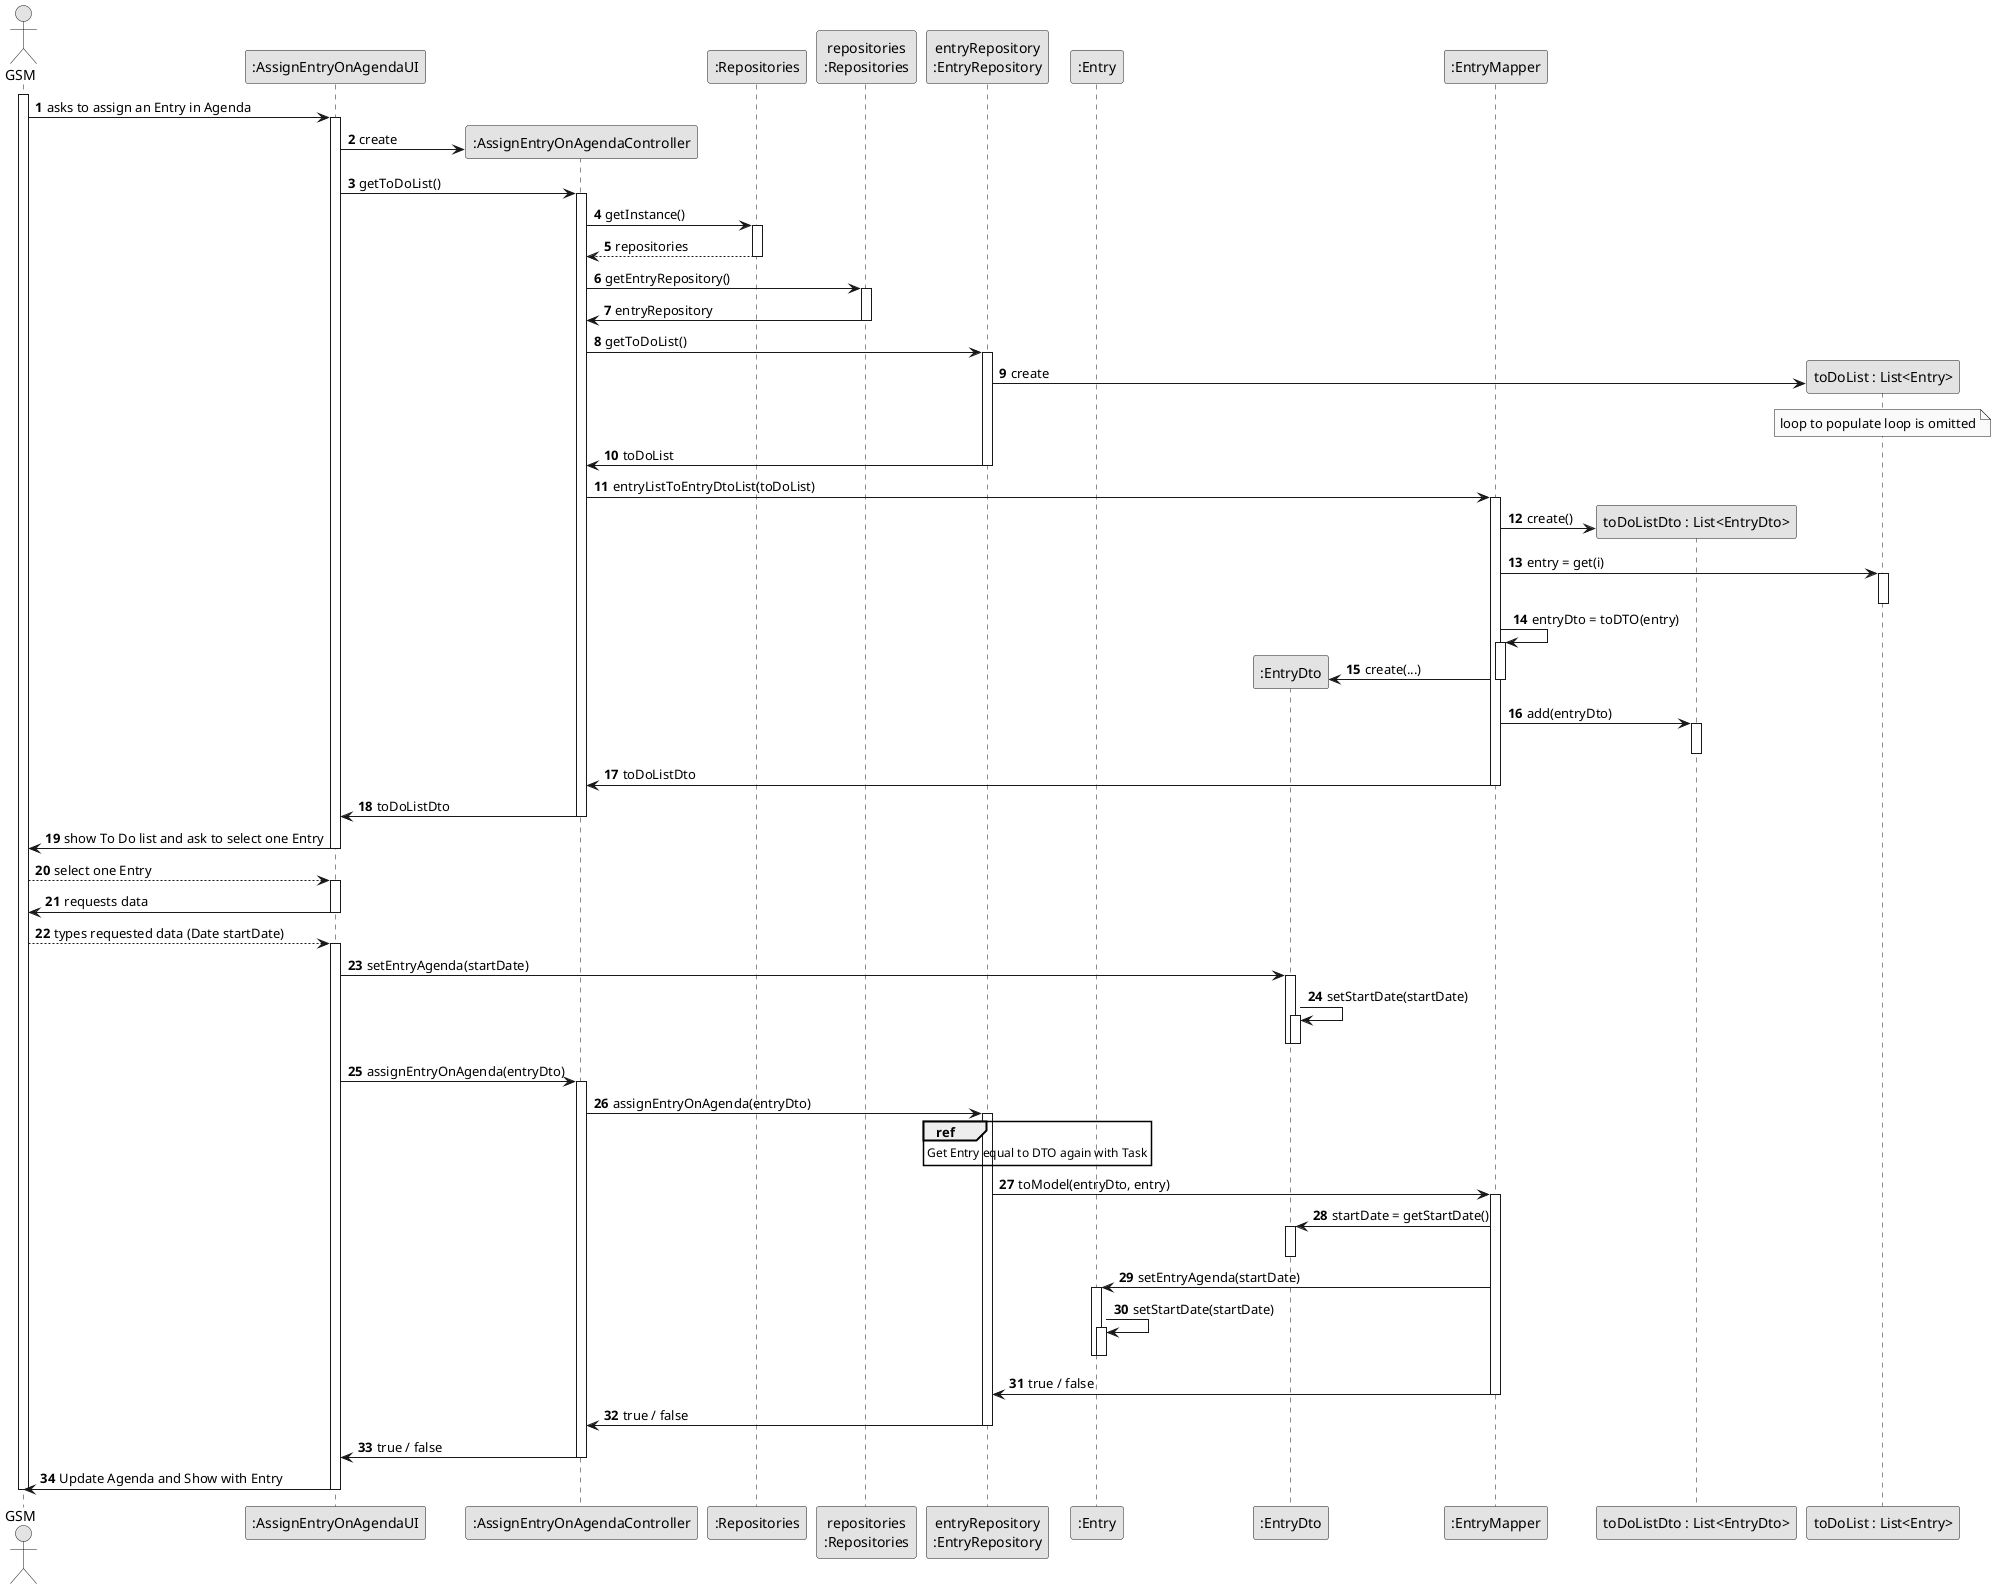
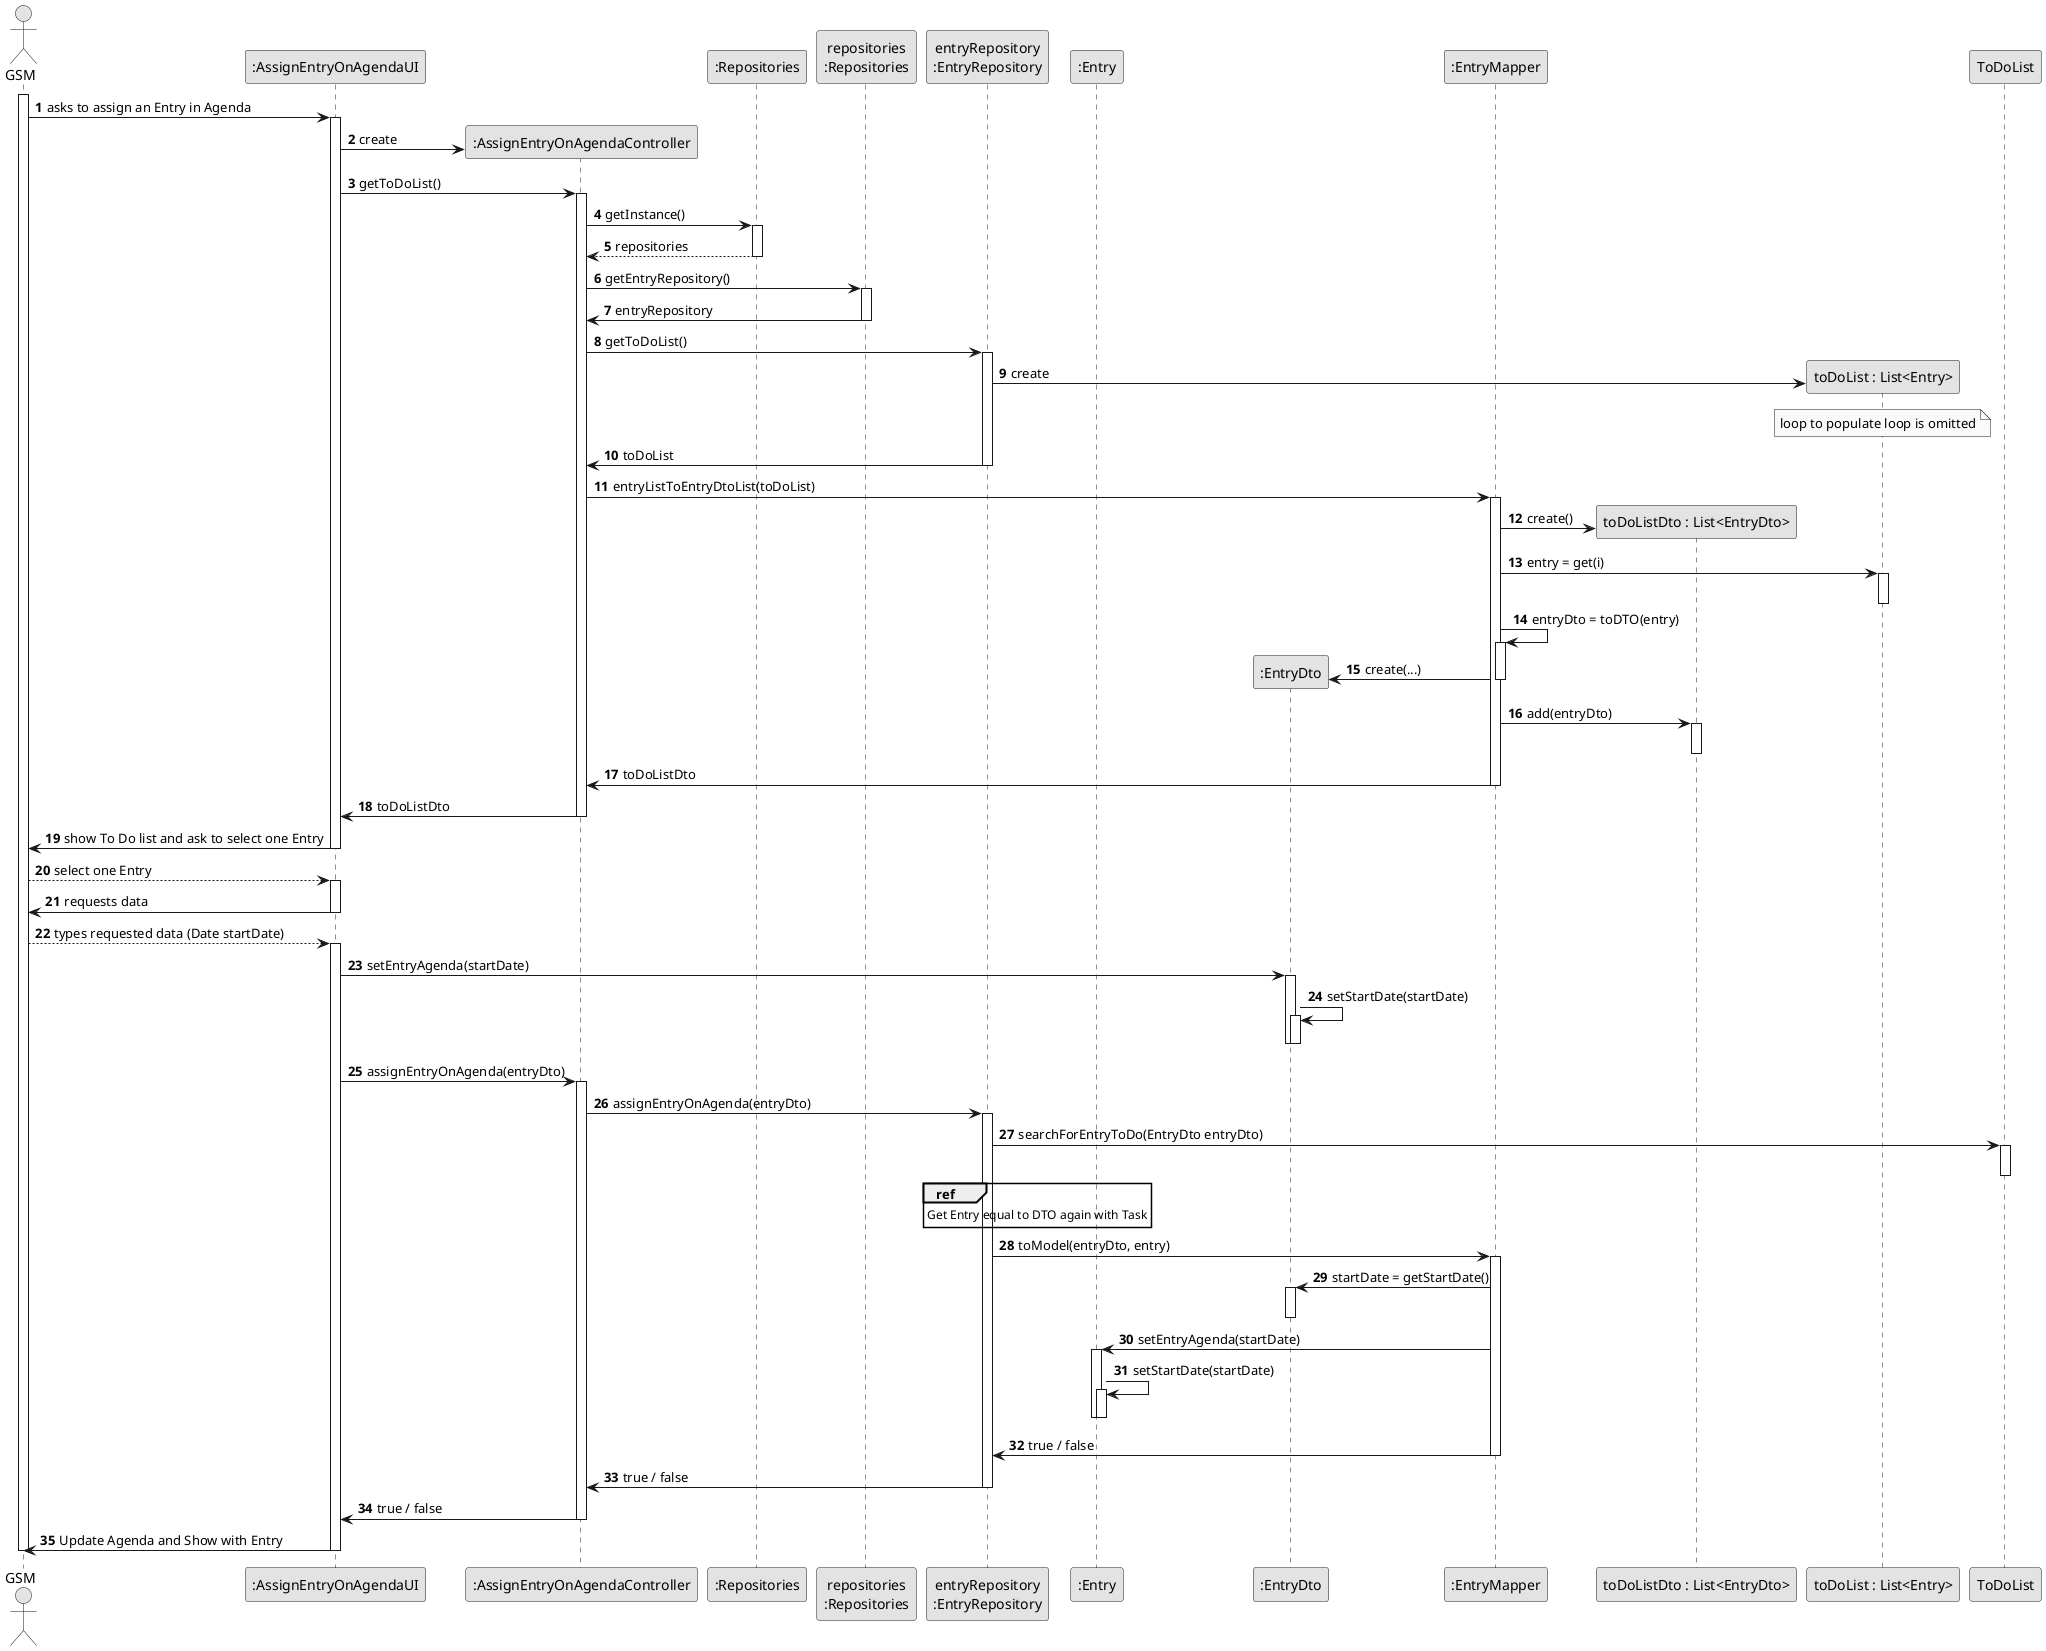
@startuml
skinparam monochrome true
skinparam packageStyle rectangle
skinparam shadowing false

autonumber

'hide footbox
actor "GSM" as GSM
participant ":AssignEntryOnAgendaUI" as UI
participant ":AssignEntryOnAgendaController" as CTRL
participant ":Repositories" as RepositorySingleton
participant "repositories\n:Repositories" as PLAT
participant "entryRepository\n:EntryRepository" as EntryRepository
participant ":Entry" as OBJ
participant ":EntryDto" as DTO
participant ":EntryMapper" as MAPPER
participant "toDoListDto : List<EntryDto>" as ListDTO
participant "toDoList : List<Entry>" as List


activate GSM

        GSM -> UI : asks to assign an Entry in Agenda

        activate UI

'            UI --> GSM : requests data (reference, description,  informal \n description, technical description, duration, cost)
            'create CTRL
            UI -> CTRL** : create

            UI -> CTRL : getToDoList()
            activate CTRL

             CTRL -> RepositorySingleton : getInstance()
                                        activate RepositorySingleton

                                            RepositorySingleton --> CTRL: repositories
                                        deactivate RepositorySingleton

                                        CTRL -> PLAT : getEntryRepository()
                                        activate PLAT

                                        PLAT -> CTRL : entryRepository
                                        deactivate PLAT

                                        CTRL -> EntryRepository : getToDoList()
                                        activate EntryRepository



                                        EntryRepository -> List** : create

                                        note over List : loop to populate loop is omitted



                                        EntryRepository -> CTRL : toDoList
                                        deactivate EntryRepository

                                        CTRL -> MAPPER : entryListToEntryDtoList(toDoList)
                                        activate MAPPER

                                        MAPPER -> ListDTO** : create()

                                        MAPPER -> List : entry = get(i)
                                        activate List
                                        deactivate List

                                        MAPPER -> MAPPER : entryDto = toDTO(entry)
                                        activate MAPPER

                                        MAPPER -> DTO**  : create(...)
                                        deactivate MAPPER

                                        MAPPER -> ListDTO : add(entryDto)
                                        activate ListDTO
                                        deactivate ListDTO

                                        MAPPER -> CTRL : toDoListDto
                                        deactivate MAPPER

            CTRL -> UI : toDoListDto
            deactivate CTRL

            UI -> GSM : show To Do list and ask to select one Entry
            deactivate UI

            GSM --> UI : select one Entry
            activate UI

            UI -> GSM : requests data
            deactivate UI

            GSM --> UI : types requested data (Date startDate)
            activate UI

            UI -> DTO : setEntryAgenda(startDate)
            activate DTO
            DTO -> DTO : setStartDate(startDate)
            activate DTO
            deactivate DTO

            deactivate DTO


            UI -> CTRL : assignEntryOnAgenda(entryDto)
            activate CTRL

            CTRL -> EntryRepository : assignEntryOnAgenda(entryDto)
            activate EntryRepository

+ 
+             EntryRepository -> ToDoList : searchForEntryToDo(EntryDto entryDto)
+             activate ToDoList
+             deactivate ToDoList
            ref over EntryRepository: Get Entry equal to DTO again with Task
+ 

            EntryRepository -> MAPPER : toModel(entryDto, entry)
            activate MAPPER

            MAPPER -> DTO : startDate = getStartDate()
            activate DTO
            deactivate DTO


            MAPPER -> OBJ : setEntryAgenda(startDate)
            activate OBJ
            OBJ -> OBJ : setStartDate(startDate)
            activate OBJ
            deactivate OBJ

            deactivate OBJ


            MAPPER -> EntryRepository : true / false
            deactivate MAPPER

            EntryRepository -> CTRL : true / false
            deactivate EntryRepository

            CTRL -> UI : true / false
            deactivate CTRL

    UI -> GSM : Update Agenda and Show with Entry
    deactivate UI

deactivate GSM

@enduml